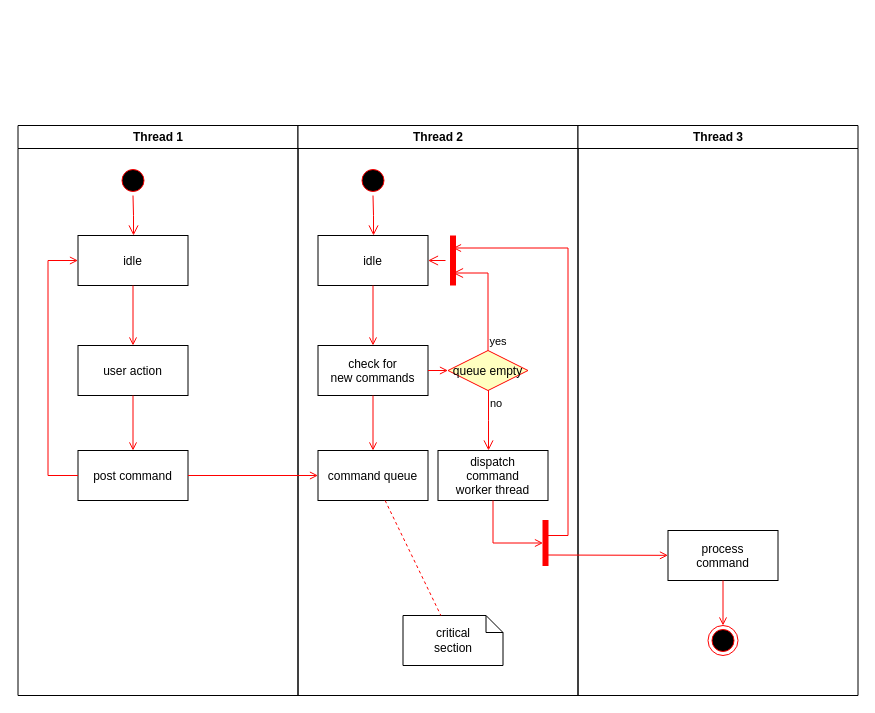
Before: first.drawio in Roman-Polovtsev/Superleage, a draw.io diagram. Source tidied: cells renumbered, new cells numbered last; positions are measured from the earlier drawing's top-left corner, leaving out a move shared by most shapes. Both pictures are drawn from the tidied source at 100%, with x=0, y=0 at pixel (17, 125).
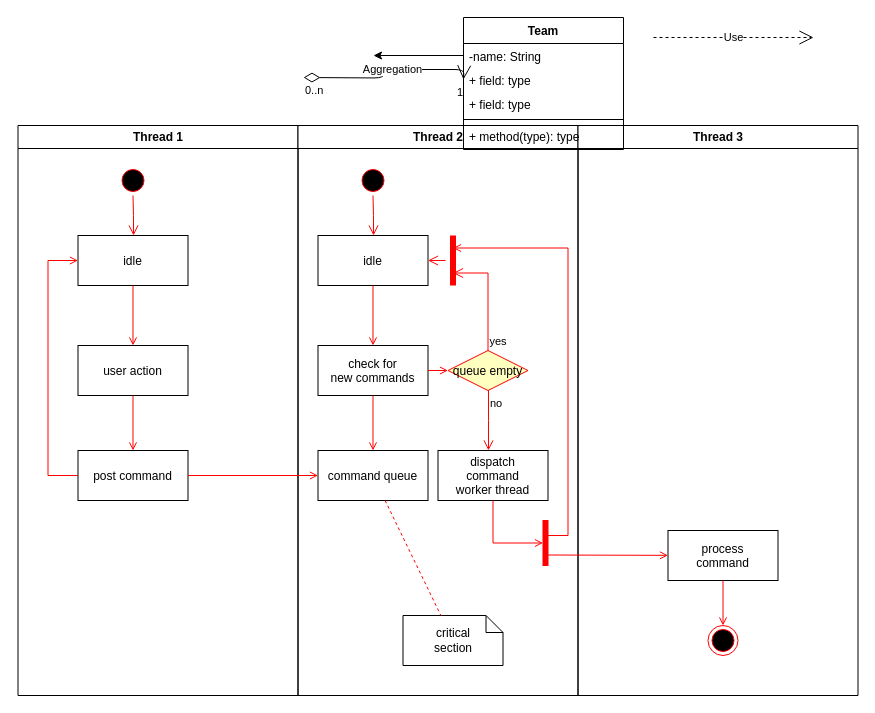
After the change.

Commit message:
Made a shit and glad.drawio

Change to the diagram source:
```diff
@@
+    <mxCell id="37" value="Team" style="swimlane;fontStyle=1;align=center;verticalAlign=top;horizontal=1;startSize=26;" parent="1" vertex="1">
+      <mxGeometry x="446" y="-108" width="160" height="132" as="geometry" />
+    </mxCell>
+    <mxCell id="38" value="-name: String" style="text;strokeColor=none;fillColor=none;align=left;verticalAlign=top;spacingLeft=4;spacingRight=4;overflow=hidden;points=[[0,0.5],[1,0.5]];portConstraint=eastwest;" parent="37" vertex="1">
+      <mxGeometry y="26" width="160" height="24" as="geometry" />
+    </mxCell>
+    <mxCell id="39" value="+ field: type" style="text;strokeColor=none;fillColor=none;align=left;verticalAlign=top;spacingLeft=4;spacingRight=4;overflow=hidden;" parent="37" vertex="1">
+      <mxGeometry y="50" width="160" height="24" as="geometry" />
+    </mxCell>
+    <mxCell id="40" value="+ field: type" style="text;strokeColor=none;fillColor=none;align=left;verticalAlign=top;spacingLeft=4;spacingRight=4;overflow=hidden;" parent="37" vertex="1">
+      <mxGeometry y="74" width="160" height="24" as="geometry" />
+    </mxCell>
+    <mxCell id="41" style="line;strokeWidth=1;fillColor=none;align=left;verticalAlign=middle;spacingTop=-1;spacingLeft=3;spacingRight=3;labelPosition=right;" parent="37" vertex="1">
+      <mxGeometry y="98" width="160" height="8" as="geometry" />
+    </mxCell>
+    <mxCell id="42" value="+ method(type): type" style="text;strokeColor=none;fillColor=none;align=left;verticalAlign=top;spacingLeft=4;spacingRight=4;overflow=hidden;" parent="37" vertex="1">
+      <mxGeometry y="106" width="160" height="26" as="geometry" />
+    </mxCell>
+    <mxCell id="43" value="Aggregation" style="endArrow=open;html=1;endSize=12;startArrow=diamondThin;startSize=14;startFill=0;edgeStyle=orthogonalEdgeStyle;" parent="1" edge="1">
+      <mxGeometry x="0.1" relative="1" as="geometry">
+        <mxPoint x="286" y="-48" as="sourcePoint" />
+        <mxPoint x="446" y="-46" as="targetPoint" />
+      </mxGeometry>
+    </mxCell>
+    <mxCell id="44" value="0..n" style="edgeLabel;html=1;align=left;verticalAlign=top;" parent="43" vertex="1">
+      <mxGeometry x="-1" relative="1" as="geometry" />
+    </mxCell>
+    <mxCell id="45" value="1" style="edgeLabel;html=1;align=right;verticalAlign=top;" parent="43" vertex="1">
+      <mxGeometry x="1" relative="1" as="geometry" />
+    </mxCell>
+    <mxCell id="46" style="edgeStyle=orthogonalEdgeStyle;rounded=0;jettySize=auto;html=1;exitX=0;exitY=0.5;exitDx=0;exitDy=0;" parent="1" edge="1" source="38">
+      <mxGeometry relative="1" as="geometry">
+        <mxPoint x="356" y="-70" as="targetPoint" />
+      </mxGeometry>
+    </mxCell>
+    <mxCell id="47" value="Use" style="endArrow=open;endSize=12;dashed=1;html=1;" parent="1" edge="1">
+      <mxGeometry relative="1" as="geometry">
+        <mxPoint x="636" y="-88" as="sourcePoint" />
+        <mxPoint x="796" y="-88" as="targetPoint" />
+      </mxGeometry>
+    </mxCell>
```
